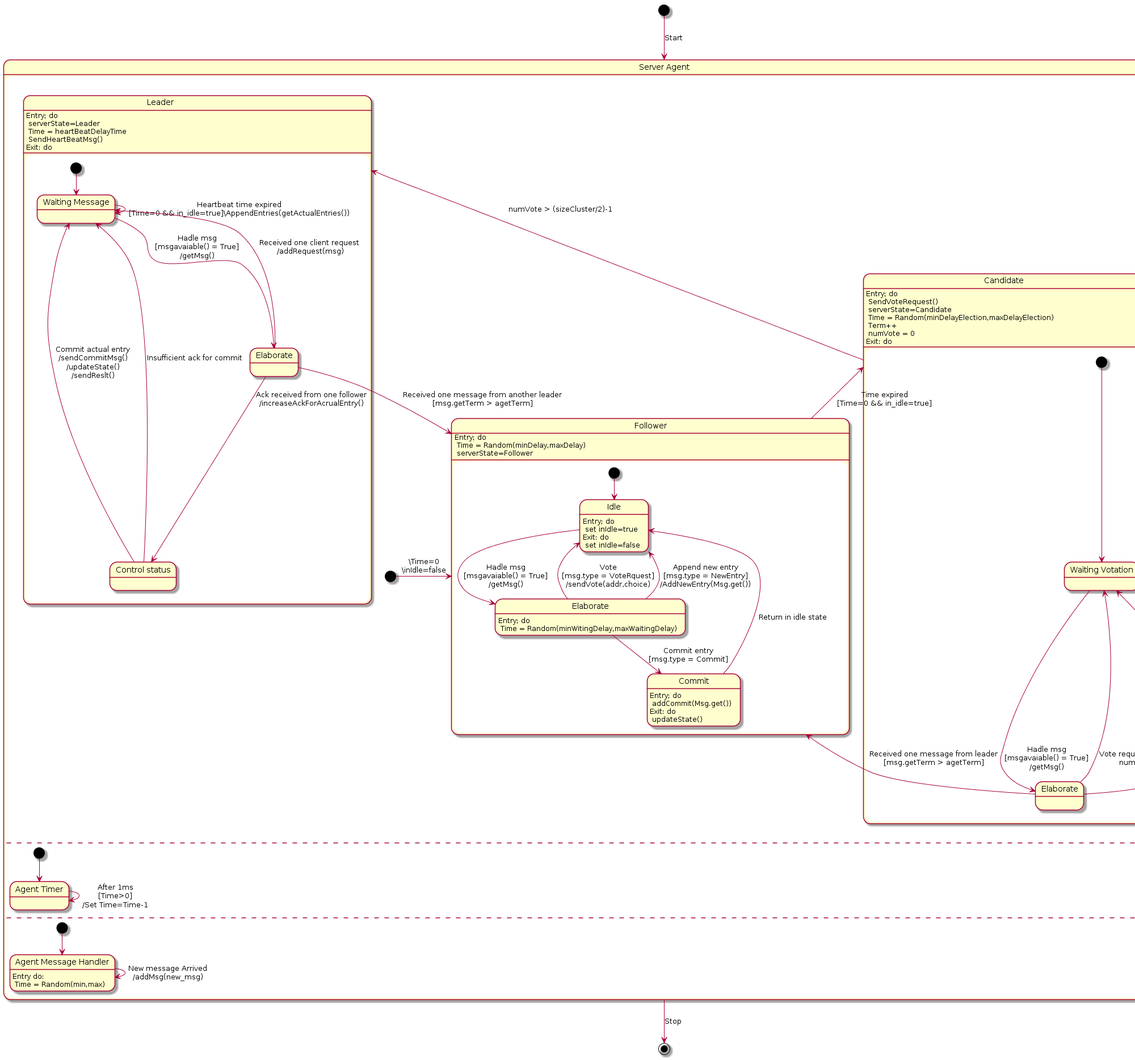
Before: doc/plantuml/rendered/serverSTM.png, a diagram exported from PlantUML (thedevstone/akka-raft). Source of this version:
```plantuml
@startuml

[*] --> Agent :Start
Agent --> [*] :Stop

state "Server Agent" as Agent {
[*] -r-> Follower : \Time=0\n\inIdle=false

state "Follower" as Follower {
  Follower : Entry; do \n Time = Random(minDelay,maxDelay)\n serverState=Follower
  state "Elaborate" as FollowerElaborate
    FollowerElaborate : Entry; do \n Time = Random(minWitingDelay,maxWaitingDelay)
  state "Idle" as Idle
    Idle : Entry; do \n set inIdle=true
    Idle : Exit: do  \n set inIdle=false
  state "Commit" as Commit
    Commit : Entry; do \n addCommit(Msg.get())
    Commit : Exit: do \n updateState()

  [*] --> Idle
  Idle -r-> FollowerElaborate : Hadle msg\n[msgavaiable() = True]\n/getMsg()

  FollowerElaborate -l-> Idle : Vote\n[msg.type = VoteRquest]\n/sendVote(addr,choice)
  FollowerElaborate -d-> Idle : Append new entry\n[msg.type = NewEntry]\n/AddNewEntry(Msg.get())
  FollowerElaborate -d-> Commit : Commit entry\n[msg.type = Commit]

  Commit --> Idle : Return in idle state

  Follower -l-> Candidate : Time expired\n[Time=0 && in_idle=true]

}


state "Candidate" as Candidate {
  Candidate : Entry; do \n SendVoteRequest()\n serverState=Candidate\n Time = Random(minDelayElection,maxDelayElection)\n Term++\n numVote = 0
  Candidate : Exit: do
  [*] --> WaitingVotation
  state "Waiting Votation" as WaitingVotation
  state "Elaborate" as CandidateElaborate

  WaitingVotation -r-> CandidateElaborate : Hadle msg\n[msgavaiable() = True]\n/getMsg()

  CandidateElaborate -r-> WaitingVotation : Vote request accepted\n numVote++
  CandidateElaborate --> WaitingVotation :Vote request rejected
  CandidateElaborate -u-> Follower : Received one message from leader\n[msg.getTerm > agetTerm]

  Candidate --> Candidate :Time expired\n[Time=0 && in_idle=true]
  Candidate -l-> Leader : numVote > (sizeCluster/2)-1
}


  state "Leader" as Leader {
    Leader : Entry; do \n serverState=Leader\n Time = heartBeatDelayTime\n SendHeartBeatMsg()
    Leader : Exit: do
    [*] --> WaitingMessage
    state "Waiting Message" as WaitingMessage
    state "Elaborate" as LeaderElaborate
    state "Control status" as ControlStatus
    WaitingMessage --> WaitingMessage : Heartbeat time expired\n[Time=0 && in_idle=true]\AppendEntries(getActualEntries())
    WaitingMessage --> LeaderElaborate : Hadle msg\n[msgavaiable() = True]\n/getMsg()
    LeaderElaborate --> ControlStatus : Ack received from one follower\n/increaseAckForAcrualEntry()
    LeaderElaborate --> WaitingMessage : Received one client request\n /addRequest(msg)
    LeaderElaborate -d-> Follower : Received one message from another leader\n[msg.getTerm > agetTerm]
    ControlStatus --> WaitingMessage : Commit actual entry\n/sendCommitMsg()\n/updateState()\n/sendReslt()
    ControlStatus --> WaitingMessage : Insufficient ack for commit\n
  }
  --
  [*] --> AgentTimer
  state "Agent Timer" as AgentTimer{
    AgentTimer --> AgentTimer:After 1ms\n[Time>0]\n/Set Time=Time-1
  }
  --
  [*] --> AgentMessageHandler
  state "Agent Message Handler" as AgentMessageHandler{
    AgentMessageHandler : Entry do:\n Time = Random(min,max)
    AgentMessageHandler --> AgentMessageHandler: New message Arrived\n/addMsg(new_msg)
  }

}
@enduml
```
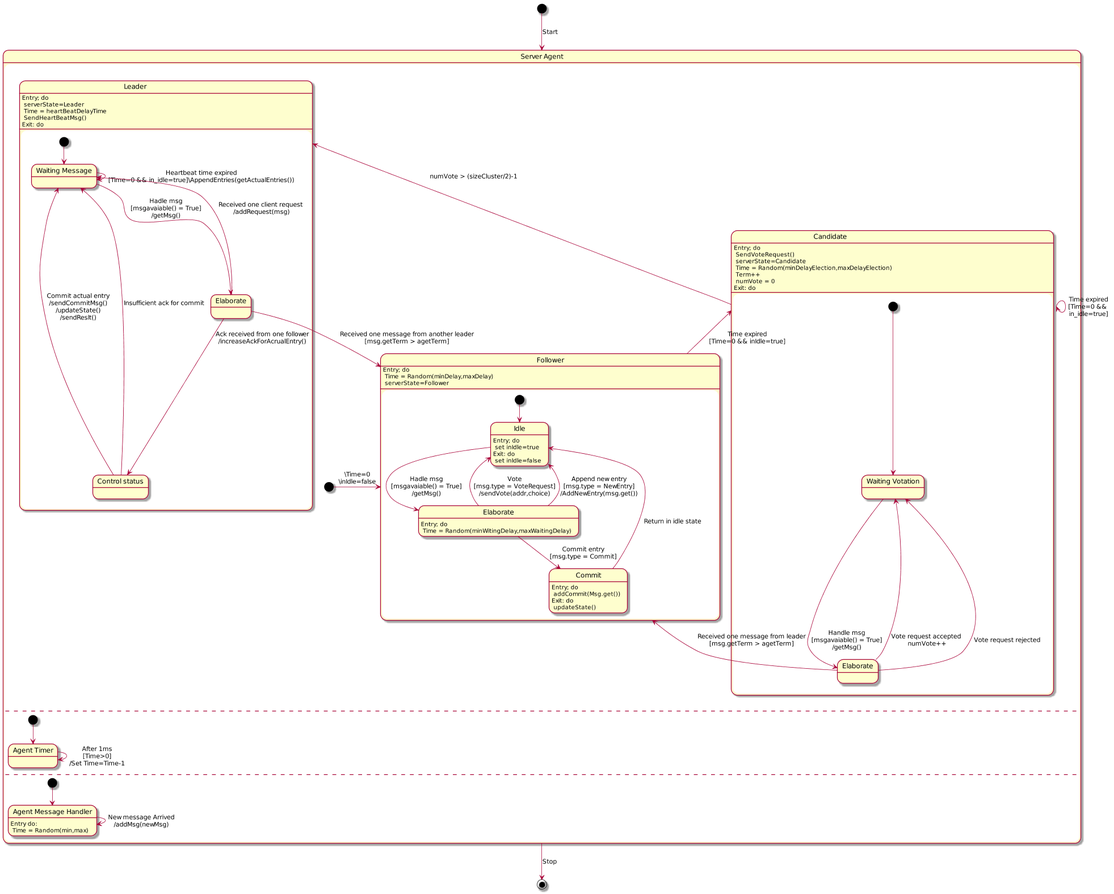
After the commit.

Commit message:
Correzione errori di battitura, fix immagine tagliata aggiungendo largezza e altezza, e infine aggiunta di file dummy per prossimo schema

What changed in the source:
```diff
@@ -1,4 +1,6 @@
 @startuml
+scale 1080 height
+scale 1920 width
 
 [*] --> Agent :Start
 Agent --> [*] :Stop
@@ -20,13 +22,13 @@
   [*] --> Idle
   Idle -r-> FollowerElaborate : Hadle msg\n[msgavaiable() = True]\n/getMsg()
 
-  FollowerElaborate -l-> Idle : Vote\n[msg.type = VoteRquest]\n/sendVote(addr,choice)
-  FollowerElaborate -d-> Idle : Append new entry\n[msg.type = NewEntry]\n/AddNewEntry(Msg.get())
+  FollowerElaborate -l-> Idle : Vote\n[msg.type = VoteRequest]\n/sendVote(addr,choice)
+  FollowerElaborate -d-> Idle : Append new entry\n[msg.type = NewEntry]\n/AddNewEntry(msg.get())
   FollowerElaborate -d-> Commit : Commit entry\n[msg.type = Commit]
 
   Commit --> Idle : Return in idle state
 
-  Follower -l-> Candidate : Time expired\n[Time=0 && in_idle=true]
+  Follower -l-> Candidate : Time expired\n[Time=0 && inIdle=true]
 
 }
 
@@ -38,13 +40,13 @@
   state "Waiting Votation" as WaitingVotation
   state "Elaborate" as CandidateElaborate
 
-  WaitingVotation -r-> CandidateElaborate : Hadle msg\n[msgavaiable() = True]\n/getMsg()
+  WaitingVotation -r-> CandidateElaborate : Handle msg\n[msgavaiable() = True]\n/getMsg()
 
   CandidateElaborate -r-> WaitingVotation : Vote request accepted\n numVote++
   CandidateElaborate --> WaitingVotation :Vote request rejected
   CandidateElaborate -u-> Follower : Received one message from leader\n[msg.getTerm > agetTerm]
 
-  Candidate --> Candidate :Time expired\n[Time=0 && in_idle=true]
+  Candidate --> Candidate :Time expired\n[Time=0 && \nin_idle=true]
   Candidate -l-> Leader : numVote > (sizeCluster/2)-1
 }
 
@@ -73,7 +75,7 @@
   [*] --> AgentMessageHandler
   state "Agent Message Handler" as AgentMessageHandler{
     AgentMessageHandler : Entry do:\n Time = Random(min,max)
-    AgentMessageHandler --> AgentMessageHandler: New message Arrived\n/addMsg(new_msg)
+    AgentMessageHandler --> AgentMessageHandler: New message Arrived\n/addMsg(newMsg)
   }
 
 }
```
